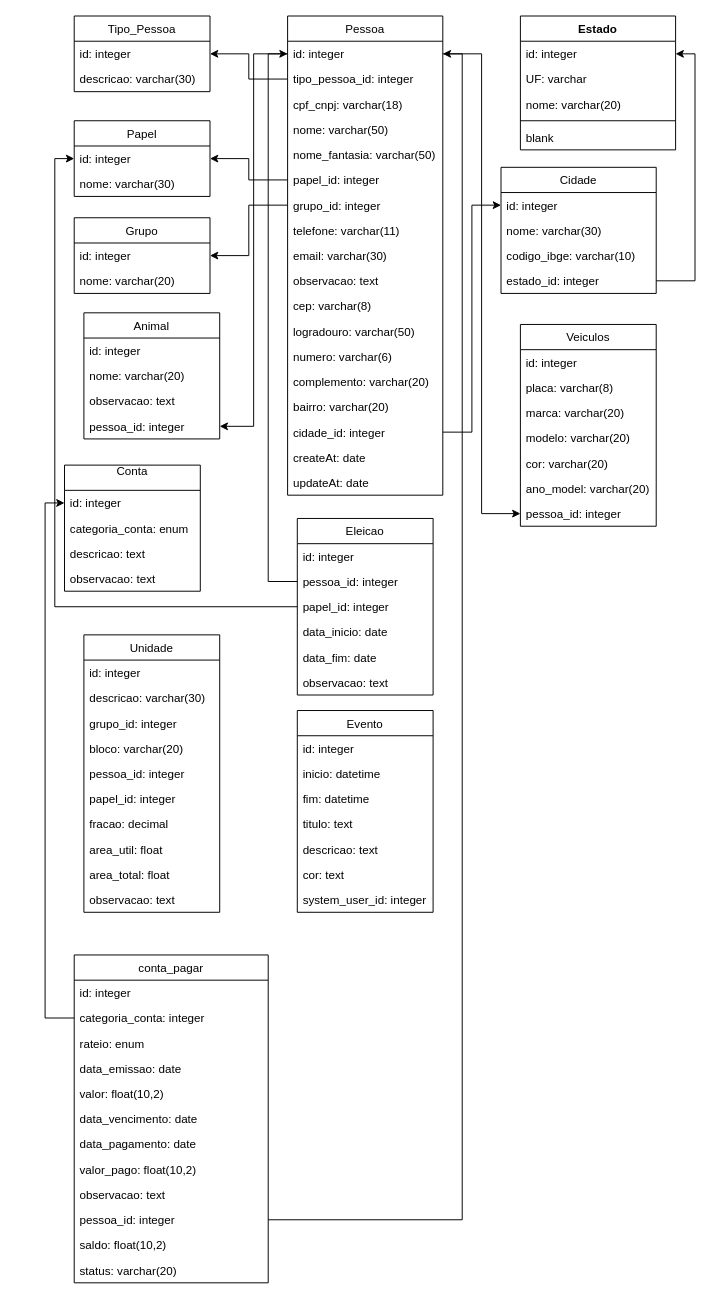
The draw.io diagram Diagrama de Classes db_condominio.drawio in edusmrs/Condominio, before the edit. Source tidied: cells renumbered, new cells numbered last; positions are measured from the earlier drawing's top-left corner, leaving out a move shared by most shapes. Both pictures are drawn from the tidied source at 97%, with x=0, y=0 at pixel (64, 16).
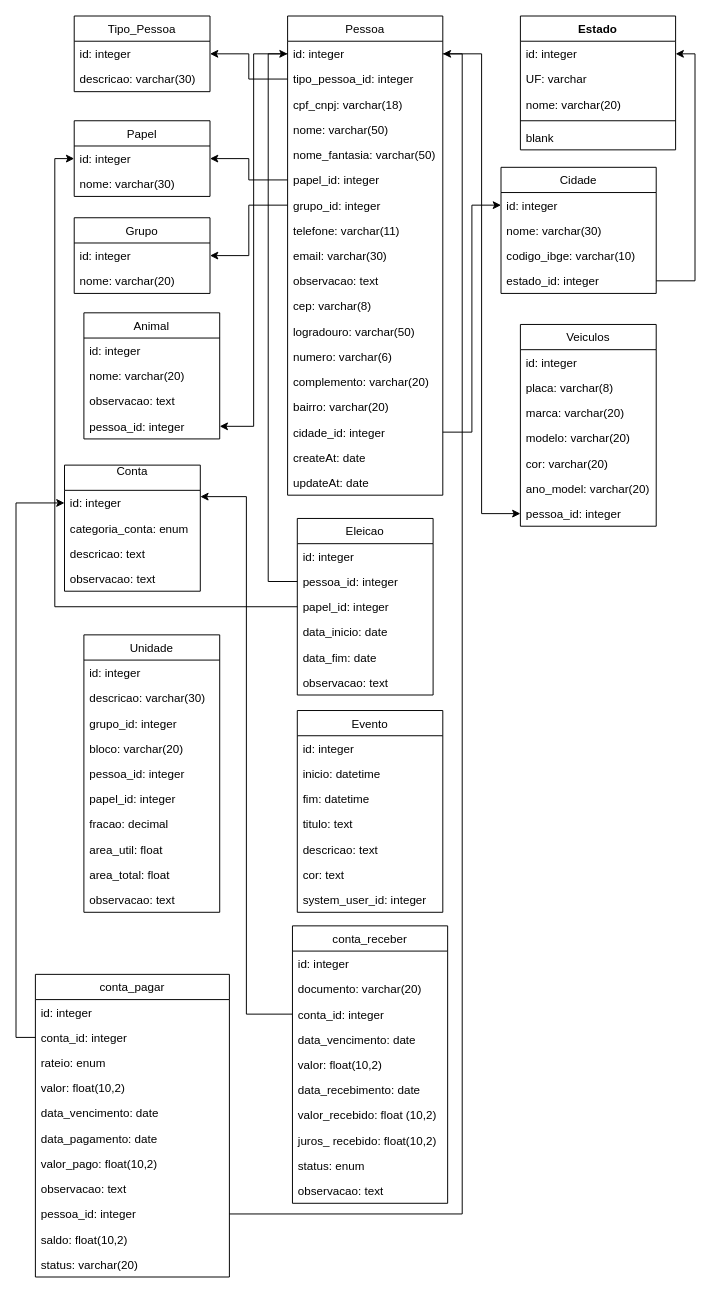
The same page after the edit.

Commit message (it also covers changes not shown here):
Ajustes do ContaPagarList, criação e término do ContaReceber/View/List e exportação do banco db_condominio

Unchanged cells that the change refers to:
```xml
<mxCell id="89" value="Conta&#10;" style="swimlane;fontStyle=0;horizontal=1;startSize=26;fillColor=none;" parent="1" vertex="1">
  <mxGeometry y="463" width="140" height="130" as="geometry" />
</mxCell>
```

Diff of the diagram source:
```diff
@@
     <mxCell id="81" value="Evento" style="swimlane;fontStyle=0;horizontal=1;startSize=26;fillColor=none;" parent="1" vertex="1">
-      <mxGeometry x="240" y="716" width="140" height="208" as="geometry" />
+      <mxGeometry x="240" y="716" width="150" height="208" as="geometry" />
     </mxCell>
     <mxCell id="82" value="id: integer" style="text;strokeColor=none;fillColor=none;align=left;verticalAlign=top;spacingLeft=4;spacingRight=4;overflow=hidden;" parent="81" vertex="1">
-      <mxGeometry y="26" width="140" height="26" as="geometry" />
+      <mxGeometry y="26" width="150" height="26" as="geometry" />
     </mxCell>
     <mxCell id="83" value="inicio: datetime" style="text;strokeColor=none;fillColor=none;align=left;verticalAlign=top;spacingLeft=4;spacingRight=4;overflow=hidden;" parent="81" vertex="1">
-      <mxGeometry y="52" width="140" height="26" as="geometry" />
+      <mxGeometry y="52" width="150" height="26" as="geometry" />
     </mxCell>
     <mxCell id="84" value="fim: datetime" style="text;strokeColor=none;fillColor=none;align=left;verticalAlign=top;spacingLeft=4;spacingRight=4;overflow=hidden;" parent="81" vertex="1">
-      <mxGeometry y="78" width="140" height="26" as="geometry" />
+      <mxGeometry y="78" width="150" height="26" as="geometry" />
     </mxCell>
     <mxCell id="85" value="titulo: text" style="text;strokeColor=none;fillColor=none;align=left;verticalAlign=top;spacingLeft=4;spacingRight=4;overflow=hidden;" parent="81" vertex="1">
-      <mxGeometry y="104" width="140" height="26" as="geometry" />
+      <mxGeometry y="104" width="150" height="26" as="geometry" />
     </mxCell>
     <mxCell id="86" value="descricao: text" style="text;strokeColor=none;fillColor=none;align=left;verticalAlign=top;spacingLeft=4;spacingRight=4;overflow=hidden;" parent="81" vertex="1">
-      <mxGeometry y="130" width="140" height="26" as="geometry" />
+      <mxGeometry y="130" width="150" height="26" as="geometry" />
     </mxCell>
     <mxCell id="87" value="cor: text" style="text;strokeColor=none;fillColor=none;align=left;verticalAlign=top;spacingLeft=4;spacingRight=4;overflow=hidden;" parent="81" vertex="1">
-      <mxGeometry y="156" width="140" height="26" as="geometry" />
+      <mxGeometry y="156" width="150" height="26" as="geometry" />
     </mxCell>
     <mxCell id="88" value="system_user_id: integer&#10;" style="text;strokeColor=none;fillColor=none;align=left;verticalAlign=top;spacingLeft=4;spacingRight=4;overflow=hidden;" parent="81" vertex="1">
-      <mxGeometry y="182" width="140" height="26" as="geometry" />
+      <mxGeometry y="182" width="150" height="26" as="geometry" />
     </mxCell>
@@
     <mxCell id="94" value="conta_pagar" style="swimlane;fontStyle=0;horizontal=1;startSize=26;fillColor=none;" parent="1" vertex="1">
-      <mxGeometry x="10" y="968" width="200" height="338" as="geometry" />
+      <mxGeometry x="-30" y="988" width="200" height="312" as="geometry" />
     </mxCell>
@@
-    <mxCell id="96" value="categoria_conta: integer" style="text;strokeColor=none;fillColor=none;align=left;verticalAlign=top;spacingLeft=4;spacingRight=4;overflow=hidden;points=[[0,0.5],[1,0.5]];portConstraint=eastwest;" parent="94" vertex="1">
+    <mxCell id="96" value="conta_id: integer" style="text;strokeColor=none;fillColor=none;align=left;verticalAlign=top;spacingLeft=4;spacingRight=4;overflow=hidden;points=[[0,0.5],[1,0.5]];portConstraint=eastwest;" parent="94" vertex="1">
       <mxGeometry y="52" width="200" height="26" as="geometry" />
     </mxCell>
@@
-    <mxCell id="98" value="data_emissao: date" style="text;strokeColor=none;fillColor=none;align=left;verticalAlign=top;spacingLeft=4;spacingRight=4;overflow=hidden;" parent="94" vertex="1">
-      <mxGeometry y="104" width="200" height="26" as="geometry" />
-    </mxCell>
     <mxCell id="99" value="valor: float(10,2)" style="text;strokeColor=none;fillColor=none;align=left;verticalAlign=top;spacingLeft=4;spacingRight=4;overflow=hidden;" parent="94" vertex="1">
-      <mxGeometry y="130" width="200" height="26" as="geometry" />
+      <mxGeometry y="104" width="200" height="26" as="geometry" />
     </mxCell>
     <mxCell id="100" value="data_vencimento: date" style="text;strokeColor=none;fillColor=none;align=left;verticalAlign=top;spacingLeft=4;spacingRight=4;overflow=hidden;" parent="94" vertex="1">
-      <mxGeometry y="156" width="200" height="26" as="geometry" />
+      <mxGeometry y="130" width="200" height="26" as="geometry" />
     </mxCell>
     <mxCell id="101" value="data_pagamento: date" style="text;strokeColor=none;fillColor=none;align=left;verticalAlign=top;spacingLeft=4;spacingRight=4;overflow=hidden;" parent="94" vertex="1">
-      <mxGeometry y="182" width="200" height="26" as="geometry" />
+      <mxGeometry y="156" width="200" height="26" as="geometry" />
     </mxCell>
     <mxCell id="102" value="valor_pago: float(10,2)" style="text;strokeColor=none;fillColor=none;align=left;verticalAlign=top;spacingLeft=4;spacingRight=4;overflow=hidden;" parent="94" vertex="1">
-      <mxGeometry y="208" width="200" height="26" as="geometry" />
+      <mxGeometry y="182" width="200" height="26" as="geometry" />
     </mxCell>
     <mxCell id="103" value="observacao: text" style="text;strokeColor=none;fillColor=none;align=left;verticalAlign=top;spacingLeft=4;spacingRight=4;overflow=hidden;" parent="94" vertex="1">
-      <mxGeometry y="234" width="200" height="26" as="geometry" />
+      <mxGeometry y="208" width="200" height="26" as="geometry" />
     </mxCell>
     <mxCell id="104" value="pessoa_id: integer" style="text;strokeColor=none;fillColor=none;align=left;verticalAlign=top;spacingLeft=4;spacingRight=4;overflow=hidden;points=[[0,0.5],[1,0.5]];portConstraint=eastwest;" parent="94" vertex="1">
-      <mxGeometry y="260" width="200" height="26" as="geometry" />
+      <mxGeometry y="234" width="200" height="26" as="geometry" />
     </mxCell>
     <mxCell id="105" value="saldo: float(10,2)" style="text;strokeColor=none;fillColor=none;align=left;verticalAlign=top;spacingLeft=4;spacingRight=4;overflow=hidden;" parent="94" vertex="1">
-      <mxGeometry y="286" width="200" height="26" as="geometry" />
+      <mxGeometry y="260" width="200" height="26" as="geometry" />
     </mxCell>
     <mxCell id="106" value="status: varchar(20)" style="text;strokeColor=none;fillColor=none;align=left;verticalAlign=top;spacingLeft=4;spacingRight=4;overflow=hidden;" parent="94" vertex="1">
-      <mxGeometry y="312" width="200" height="26" as="geometry" />
+      <mxGeometry y="286" width="200" height="26" as="geometry" />
     </mxCell>
@@
+    <mxCell id="109" value="conta_receber" style="swimlane;fontStyle=0;horizontal=1;startSize=26;fillColor=none;" parent="1" vertex="1">
+      <mxGeometry x="235" y="938" width="160" height="286" as="geometry" />
+    </mxCell>
+    <mxCell id="110" value="id: integer" style="text;strokeColor=none;fillColor=none;align=left;verticalAlign=top;spacingLeft=4;spacingRight=4;overflow=hidden;" parent="109" vertex="1">
+      <mxGeometry y="26" width="160" height="26" as="geometry" />
+    </mxCell>
+    <mxCell id="111" value="documento: varchar(20)" style="text;strokeColor=none;fillColor=none;align=left;verticalAlign=top;spacingLeft=4;spacingRight=4;overflow=hidden;" parent="109" vertex="1">
+      <mxGeometry y="52" width="160" height="26" as="geometry" />
+    </mxCell>
+    <mxCell id="112" value="conta_id: integer" style="text;strokeColor=none;fillColor=none;align=left;verticalAlign=top;spacingLeft=4;spacingRight=4;overflow=hidden;points=[[0,0.5],[1,0.5]];portConstraint=eastwest;" parent="109" vertex="1">
+      <mxGeometry y="78" width="160" height="26" as="geometry" />
+    </mxCell>
+    <mxCell id="113" value="data_vencimento: date" style="text;strokeColor=none;fillColor=none;align=left;verticalAlign=top;spacingLeft=4;spacingRight=4;overflow=hidden;" parent="109" vertex="1">
+      <mxGeometry y="104" width="160" height="26" as="geometry" />
+    </mxCell>
+    <mxCell id="114" value="valor: float(10,2)" style="text;strokeColor=none;fillColor=none;align=left;verticalAlign=top;spacingLeft=4;spacingRight=4;overflow=hidden;" parent="109" vertex="1">
+      <mxGeometry y="130" width="160" height="26" as="geometry" />
+    </mxCell>
+    <mxCell id="115" value="data_recebimento: date" style="text;strokeColor=none;fillColor=none;align=left;verticalAlign=top;spacingLeft=4;spacingRight=4;overflow=hidden;" parent="109" vertex="1">
+      <mxGeometry y="156" width="160" height="26" as="geometry" />
+    </mxCell>
+    <mxCell id="116" value="valor_recebido: float (10,2)" style="text;strokeColor=none;fillColor=none;align=left;verticalAlign=top;spacingLeft=4;spacingRight=4;overflow=hidden;" parent="109" vertex="1">
+      <mxGeometry y="182" width="160" height="26" as="geometry" />
+    </mxCell>
+    <mxCell id="117" value="juros_ recebido: float(10,2)" style="text;strokeColor=none;fillColor=none;align=left;verticalAlign=top;spacingLeft=4;spacingRight=4;overflow=hidden;" parent="109" vertex="1">
+      <mxGeometry y="208" width="160" height="26" as="geometry" />
+    </mxCell>
+    <mxCell id="118" value="status: enum" style="text;strokeColor=none;fillColor=none;align=left;verticalAlign=top;spacingLeft=4;spacingRight=4;overflow=hidden;" parent="109" vertex="1">
+      <mxGeometry y="234" width="160" height="26" as="geometry" />
+    </mxCell>
+    <mxCell id="119" value="observacao: text" style="text;strokeColor=none;fillColor=none;align=left;verticalAlign=top;spacingLeft=4;spacingRight=4;overflow=hidden;" parent="109" vertex="1">
+      <mxGeometry y="260" width="160" height="26" as="geometry" />
+    </mxCell>
+    <mxCell id="120" style="edgeStyle=orthogonalEdgeStyle;rounded=0;jettySize=auto;html=1;entryX=1;entryY=0.25;entryDx=0;entryDy=0;" parent="1" edge="1" source="112" target="89">
+      <mxGeometry relative="1" as="geometry" />
+    </mxCell>
```
